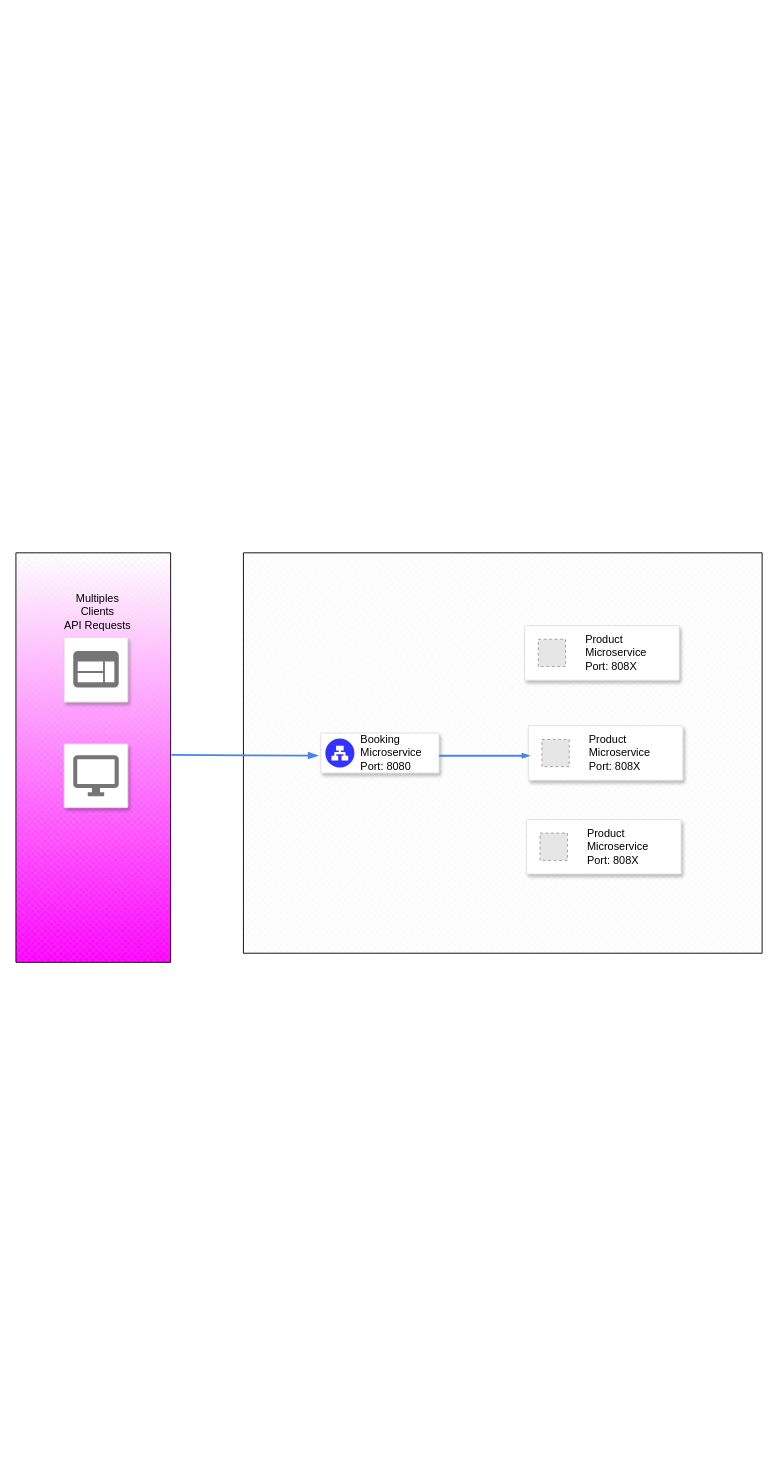
Above: service-registry.drawio in lalgovia/service-registry (draw.io), before the change. Source tidied: cells renumbered, new cells numbered last; positions are measured from the earlier drawing's top-left corner, leaving out a move shared by most shapes. Both pictures are drawn from the tidied source at 91%, with x=0, y=0 at pixel (15, 552). Pictures stored in the file or linked from it are replaced by grey dashed boxes.
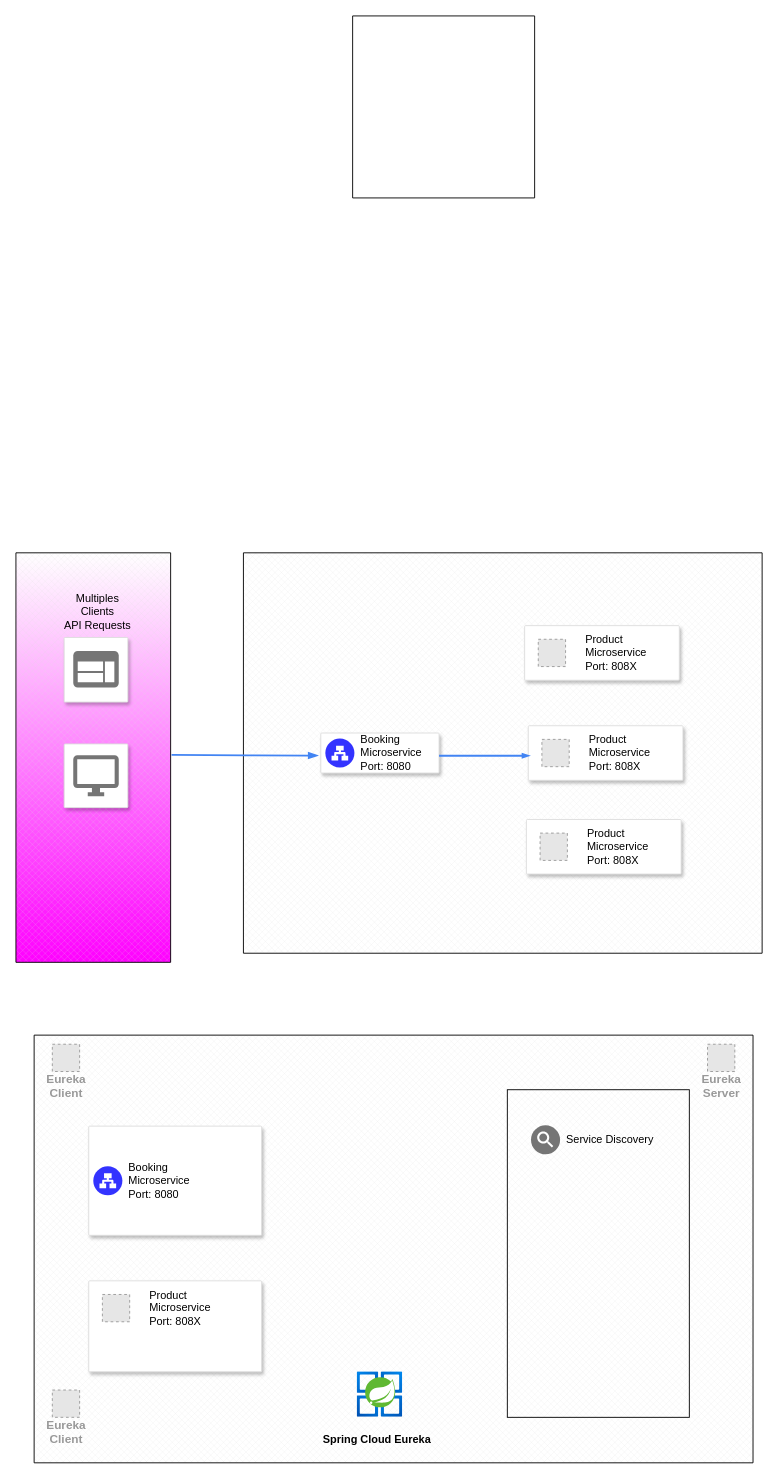
Above is the later version.

Change to the diagram source:
```diff
@@
+    <mxCell id="19" style="swimlane;startSize=0;hachureGap=4;fontFamily=Architects Daughter;fontSize=20;fillColor=none;" parent="1" vertex="1">
+      <mxGeometry x="370" y="-590" width="200" height="200" as="geometry" />
+    </mxCell>
+    <mxCell id="20" style="verticalLabelPosition=bottom;verticalAlign=top;html=1;shape=mxgraph.basic.patternFillRect;fillStyle=diagGrid;step=5;fillStrokeWidth=0.2;fillStrokeColor=#dddddd;" parent="1" vertex="1">
+      <mxGeometry x="20" y="530" width="790" height="470" as="geometry" />
+    </mxCell>
+    <mxCell id="21" style="strokeColor=#dddddd;shadow=1;strokeWidth=1;rounded=1;absoluteArcSize=1;arcSize=2;" parent="1" vertex="1">
+      <mxGeometry x="80" y="630" width="190" height="120" as="geometry" />
+    </mxCell>
+    <mxCell id="22" value="&lt;div&gt;Booking&lt;/div&gt;&lt;div&gt;Microservice&lt;/div&gt;&lt;div&gt;Port: 8080&lt;br&gt;&lt;/div&gt;" style="sketch=0;dashed=0;html=1;fillColor=#3333FF;strokeColor=none;shape=mxgraph.gcp2.network_load_balancer;labelPosition=right;verticalLabelPosition=middle;align=left;verticalAlign=middle;spacingLeft=5;fontSize=12;" parent="21" vertex="1">
+      <mxGeometry y="0.5" width="32" height="32" relative="1" as="geometry">
+        <mxPoint x="5" y="-16" as="offset" />
+      </mxGeometry>
+    </mxCell>
+    <mxCell id="23" style="strokeColor=#dddddd;shadow=1;strokeWidth=1;rounded=1;absoluteArcSize=1;arcSize=2;" parent="1" vertex="1">
+      <mxGeometry x="80" y="800" width="190" height="100" as="geometry" />
+    </mxCell>
+    <mxCell id="24" value="&lt;div&gt;&lt;font color=&quot;#000000&quot;&gt;Product&lt;/font&gt;&lt;/div&gt;&lt;div&gt;&lt;font color=&quot;#000000&quot;&gt;Microservice&lt;/font&gt;&lt;/div&gt;&lt;div&gt;&lt;font color=&quot;#000000&quot;&gt;Port: 808X&lt;/font&gt;&lt;/div&gt;" style="fillColor=#E6E6E6;strokeColor=#999999;dashed=1;html=1;fontColor=#999999;verticalLabelPosition=middle;labelBackgroundColor=#ffffff;verticalAlign=middle;labelPosition=right;align=left;spacingLeft=20;" parent="23" vertex="1">
+      <mxGeometry width="30" height="30" relative="1" as="geometry">
+        <mxPoint x="15" y="15" as="offset" />
+      </mxGeometry>
+    </mxCell>
+    <mxCell id="25" style="strokeColor=none;shadow=0;strokeWidth=1;rounded=0;absoluteArcSize=1;arcSize=2;hachureGap=4;fontFamily=Architects Daughter;fontSize=20;fontColor=default;startSize=0;fillColor=none;" parent="1" vertex="1">
+      <mxGeometry x="561" y="620" width="150" height="50" as="geometry" />
+    </mxCell>
+    <mxCell id="26" value="&lt;p&gt;&lt;font face=&quot;Helvetica&quot;&gt;Service Discovery&lt;/font&gt;&lt;/p&gt;" style="sketch=0;dashed=0;html=1;fillColor=#757575;strokeColor=none;shape=mxgraph.gcp2.service_discovery;labelPosition=right;verticalLabelPosition=middle;align=left;verticalAlign=middle;spacingLeft=5;fontSize=12;hachureGap=4;fontFamily=Architects Daughter;fontColor=default;startSize=0;" parent="25" vertex="1">
+      <mxGeometry y="0.5" width="32" height="32" relative="1" as="geometry">
+        <mxPoint x="5" y="-16" as="offset" />
+      </mxGeometry>
+    </mxCell>
+    <mxCell id="27" style="rounded=0;whiteSpace=wrap;html=1;hachureGap=4;strokeColor=default;fontFamily=Architects Daughter;fontSize=20;fontColor=default;startSize=0;fillColor=none;" parent="1" vertex="1">
+      <mxGeometry x="540" y="590" width="200" height="360" as="geometry" />
+    </mxCell>
+    <mxCell id="28" style="image;html=1;align=center;fontSize=12;image=img/lib/azure2/compute/Azure_Spring_Cloud.svg;fillStyle=diagGrid;strokeColor=default;fontFamily=Helvetica;fontColor=default;fillColor=default;" parent="1" vertex="1">
+      <mxGeometry x="375" y="900" width="50" height="50" as="geometry" />
+    </mxCell>
+    <mxCell id="29" value="Spring Cloud Eureka" style="text;html=1;strokeColor=none;fillColor=none;align=center;verticalAlign=middle;whiteSpace=wrap;rounded=0;fontStyle=1;" parent="1" vertex="1">
+      <mxGeometry x="332" y="960" width="130" height="30" as="geometry" />
+    </mxCell>
+    <mxCell id="30" value="&lt;div style=&quot;font-size: 13px;&quot;&gt;Eureka&lt;br&gt;&lt;/div&gt;&lt;div style=&quot;font-size: 13px;&quot;&gt;Client&lt;/div&gt;" style="fillColor=#E6E6E6;strokeColor=#999999;dashed=1;html=1;verticalAlign=top;labelPosition=center;verticalLabelPosition=bottom;align=center;spacingTop=-6;fontSize=11;fontStyle=1;fontColor=#999999;fontFamily=Helvetica;" parent="1" vertex="1">
+      <mxGeometry x="40" y="540" width="30" height="30" as="geometry" />
+    </mxCell>
+    <mxCell id="31" value="&lt;div style=&quot;font-size: 13px;&quot;&gt;Eureka&lt;/div&gt;&lt;div style=&quot;font-size: 13px;&quot;&gt;Client&lt;/div&gt;" style="fillColor=#E6E6E6;strokeColor=#999999;dashed=1;html=1;verticalAlign=top;labelPosition=center;verticalLabelPosition=bottom;align=center;spacingTop=-6;fontSize=11;fontStyle=1;fontColor=#999999;fontFamily=Helvetica;" parent="1" vertex="1">
+      <mxGeometry x="40" y="920" width="30" height="30" as="geometry" />
+    </mxCell>
+    <mxCell id="32" value="&lt;div style=&quot;font-size: 13px;&quot;&gt;Eureka &lt;br&gt;&lt;/div&gt;&lt;div style=&quot;font-size: 13px;&quot;&gt;Server&lt;br&gt;&lt;/div&gt;" style="fillColor=#E6E6E6;strokeColor=#999999;dashed=1;html=1;verticalAlign=top;labelPosition=center;verticalLabelPosition=bottom;align=center;spacingTop=-6;fontSize=11;fontStyle=1;fontColor=#999999;fontFamily=Helvetica;" parent="1" vertex="1">
+      <mxGeometry x="760" y="540" width="30" height="30" as="geometry" />
+    </mxCell>
```
